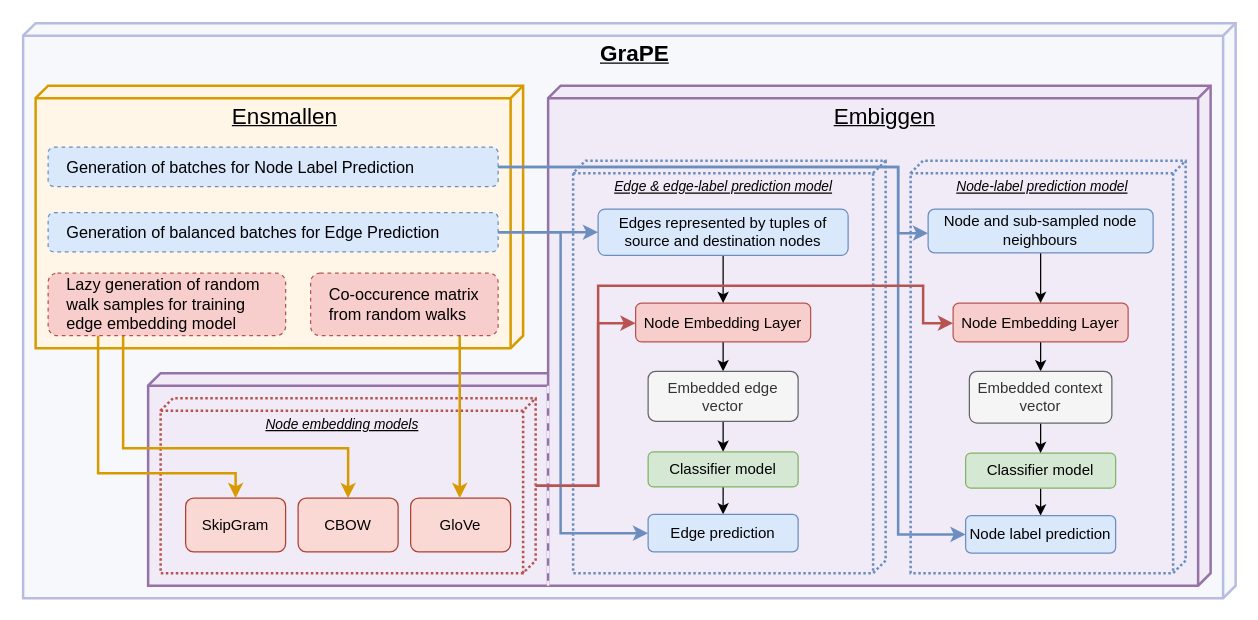
Earlier version of the draw.io diagram drawio/link_prediction_model.drawio (monarch-initiative/embiggen). Source tidied: cells renumbered, new cells numbered last; positions are measured from the earlier drawing's top-left corner, leaving out a move shared by most shapes. Both pictures are drawn from the tidied source at 125%, with x=0, y=0 at pixel (22, 22).
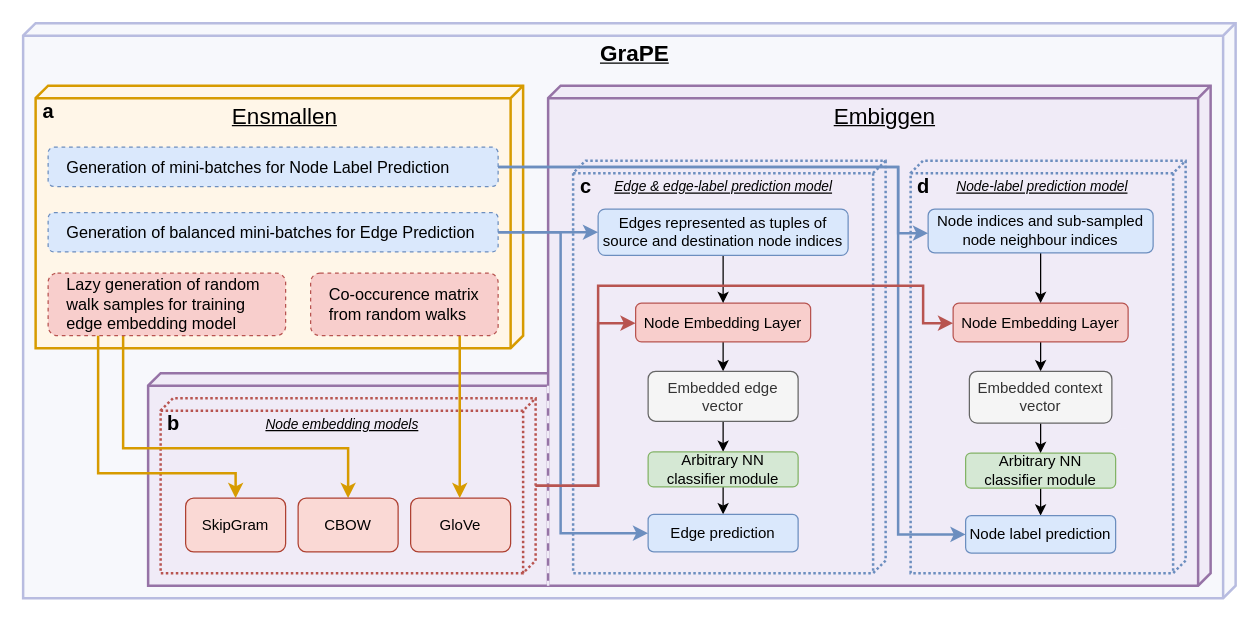
The same diagram, later.

Diff of the diagram source:
```diff
@@
-    <mxCell id="9" value="&lt;span style=&quot;font-family: &amp;#34;helvetica&amp;#34; ; font-size: 13px&quot;&gt;Generation of balanced batches for Edge Prediction&lt;/span&gt;" style="rounded=1;whiteSpace=wrap;html=1;dashed=1;strokeColor=#6c8ebf;strokeWidth=1;fillColor=#dae8fc;align=left;spacingLeft=13;verticalAlign=middle;spacingRight=13;" parent="1" vertex="1">
+    <mxCell id="9" value="&lt;span style=&quot;font-family: &amp;#34;helvetica&amp;#34; ; font-size: 13px&quot;&gt;Generation of balanced mini-batches for Edge Prediction&lt;/span&gt;" style="rounded=1;whiteSpace=wrap;html=1;dashed=1;strokeColor=#6c8ebf;strokeWidth=1;fillColor=#dae8fc;align=left;spacingLeft=13;verticalAlign=middle;spacingRight=13;" parent="1" vertex="1">
       <mxGeometry x="20" y="151.5" width="360" height="31.5" as="geometry" />
     </mxCell>
@@
-    <mxCell id="13" value="Edges represented by tuples of source and destination nodes" style="rounded=1;whiteSpace=wrap;html=1;fillColor=#dae8fc;strokeColor=#6c8ebf;" parent="1" vertex="1">
+    <mxCell id="13" value="Edges represented as tuples of source and destination node indices" style="rounded=1;whiteSpace=wrap;html=1;fillColor=#dae8fc;strokeColor=#6c8ebf;" parent="1" vertex="1">
       <mxGeometry x="460" y="148.8" width="200" height="37" as="geometry" />
     </mxCell>
@@
-    <mxCell id="17" value="Classifier model" style="rounded=1;whiteSpace=wrap;html=1;fillColor=#d5e8d4;strokeColor=#82b366;" parent="1" vertex="1">
+    <mxCell id="17" value="Arbitrary NN &lt;br&gt;classifier module" style="rounded=1;whiteSpace=wrap;html=1;fillColor=#d5e8d4;strokeColor=#82b366;" parent="1" vertex="1">
       <mxGeometry x="500" y="343" width="120" height="28" as="geometry" />
     </mxCell>
@@
-    <mxCell id="34" value="Node and sub-sampled node neighbours" style="rounded=1;whiteSpace=wrap;html=1;fillColor=#dae8fc;strokeColor=#6c8ebf;" parent="1" vertex="1">
+    <mxCell id="34" value="Node indices and sub-sampled node neighbour indices" style="rounded=1;whiteSpace=wrap;html=1;fillColor=#dae8fc;strokeColor=#6c8ebf;" parent="1" vertex="1">
       <mxGeometry x="724" y="148.8" width="180" height="35" as="geometry" />
     </mxCell>
@@
-    <mxCell id="37" value="Classifier model" style="rounded=1;whiteSpace=wrap;html=1;fillColor=#d5e8d4;strokeColor=#82b366;" parent="1" vertex="1">
+    <mxCell id="37" value="Arbitrary NN&lt;br&gt;classifier module" style="rounded=1;whiteSpace=wrap;html=1;fillColor=#d5e8d4;strokeColor=#82b366;" parent="1" vertex="1">
       <mxGeometry x="754" y="344" width="120" height="28" as="geometry" />
     </mxCell>
@@
-    <mxCell id="42" value="&lt;span style=&quot;font-family: &amp;#34;helvetica&amp;#34; ; font-size: 13px&quot;&gt;Generation of batches for Node Label Prediction&lt;/span&gt;" style="rounded=1;whiteSpace=wrap;html=1;dashed=1;strokeColor=#6c8ebf;strokeWidth=1;fillColor=#dae8fc;align=left;spacingLeft=13;verticalAlign=middle;spacingRight=13;" parent="1" vertex="1">
+    <mxCell id="42" value="&lt;span style=&quot;font-family: &amp;#34;helvetica&amp;#34; ; font-size: 13px&quot;&gt;Generation of mini-batches for Node Label Prediction&lt;/span&gt;" style="rounded=1;whiteSpace=wrap;html=1;dashed=1;strokeColor=#6c8ebf;strokeWidth=1;fillColor=#dae8fc;align=left;spacingLeft=13;verticalAlign=middle;spacingRight=13;" parent="1" vertex="1">
       <mxGeometry x="20" y="99.2" width="360" height="31.5" as="geometry" />
     </mxCell>
@@
+    <mxCell id="47" value="&lt;b style=&quot;font-size: 16px;&quot;&gt;a&lt;/b&gt;" style="text;html=1;align=center;verticalAlign=middle;fontSize=16;" parent="1" vertex="1">
+      <mxGeometry x="10" y="60" width="20" height="20" as="geometry" />
+    </mxCell>
+    <mxCell id="48" value="&lt;b style=&quot;font-size: 16px&quot;&gt;c&lt;/b&gt;" style="text;html=1;align=center;verticalAlign=middle;fontSize=16;" parent="1" vertex="1">
+      <mxGeometry x="440" y="120" width="20" height="20" as="geometry" />
+    </mxCell>
+    <mxCell id="49" value="&lt;b style=&quot;font-size: 16px&quot;&gt;b&lt;/b&gt;" style="text;html=1;align=center;verticalAlign=middle;fontSize=16;" parent="1" vertex="1">
+      <mxGeometry x="105" y="310" width="30" height="20" as="geometry" />
+    </mxCell>
+    <mxCell id="50" value="&lt;b style=&quot;font-size: 16px&quot;&gt;d&lt;/b&gt;" style="text;html=1;align=center;verticalAlign=middle;fontSize=16;" parent="1" vertex="1">
+      <mxGeometry x="705" y="120" width="30" height="20" as="geometry" />
+    </mxCell>
```
